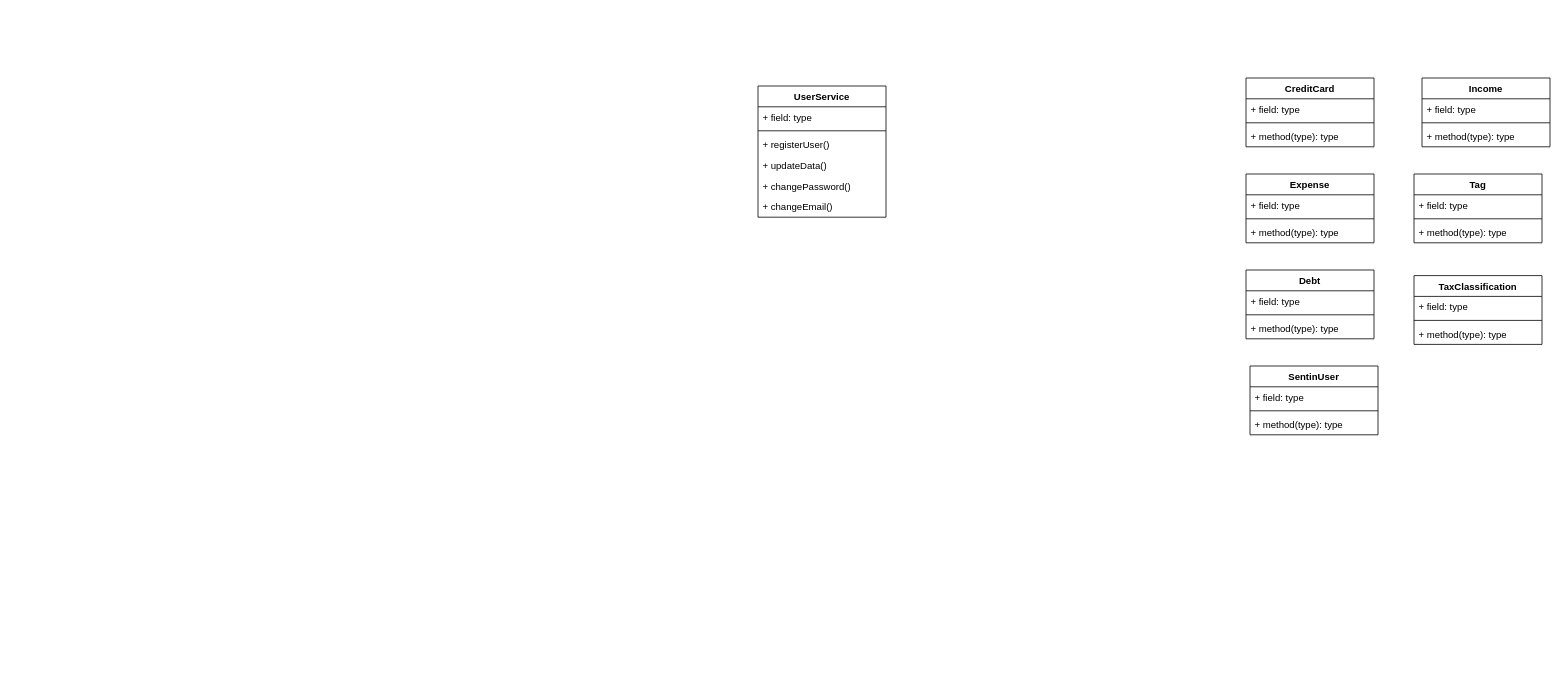
Patgo39/sentin keeps this draw.io diagram as page "Page-2" (2 of 2) of schemas/uml.drawio. Above is the earlier version. Source tidied: cells renumbered, new cells numbered last; positions are measured from the earlier drawing's top-left corner, leaving out a move shared by most shapes. Both pictures are drawn from the tidied source at 80%, with x=0, y=0 at pixel (758, 78).
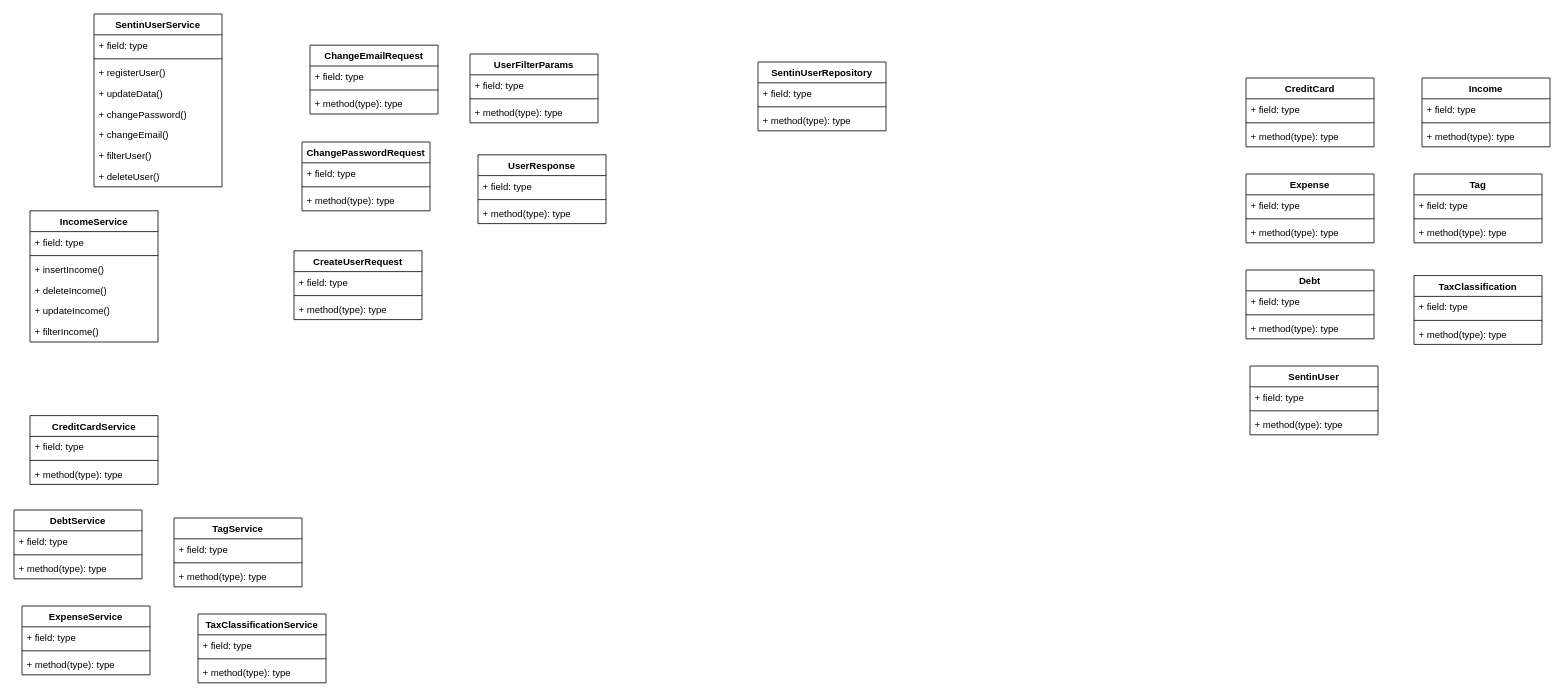
After the change.

Commit message (it also covers changes not shown here):
feat: UpdateUserProfile dto added and UserFilterParams added rfc as a possible filter parameter

The edit, as a diff of the source:
```diff
@@
-    <mxCell id="30" value="UserService" style="swimlane;fontStyle=1;align=center;verticalAlign=top;horizontal=1;startSize=26;whiteSpace=wrap;html=1;" parent="1" vertex="1">
-      <mxGeometry y="10" width="160" height="164" as="geometry" />
+    <mxCell id="30" value="SentinUserService" style="swimlane;fontStyle=1;align=center;verticalAlign=top;horizontal=1;startSize=26;whiteSpace=wrap;html=1;" parent="1" vertex="1">
+      <mxGeometry x="-830" y="-80" width="160" height="216" as="geometry" />
     </mxCell>
@@
+    <mxCell id="37" value="+ filterUser()" style="text;strokeColor=none;fillColor=none;align=left;verticalAlign=top;spacingLeft=4;spacingRight=4;overflow=hidden;whiteSpace=wrap;html=1;" parent="30" vertex="1">
+      <mxGeometry y="164" width="160" height="26" as="geometry" />
+    </mxCell>
+    <mxCell id="38" value="+ deleteUser()" style="text;strokeColor=none;fillColor=none;align=left;verticalAlign=top;spacingLeft=4;spacingRight=4;overflow=hidden;whiteSpace=wrap;html=1;" parent="30" vertex="1">
+      <mxGeometry y="190" width="160" height="26" as="geometry" />
+    </mxCell>
+    <mxCell id="39" value="ChangeEmailRequest" style="swimlane;fontStyle=1;align=center;verticalAlign=top;horizontal=1;startSize=26;whiteSpace=wrap;html=1;" parent="1" vertex="1">
+      <mxGeometry x="-560" y="-41" width="160" height="86" as="geometry" />
+    </mxCell>
+    <mxCell id="40" value="+ field: type" style="text;strokeColor=none;fillColor=none;align=left;verticalAlign=top;spacingLeft=4;spacingRight=4;overflow=hidden;whiteSpace=wrap;html=1;" parent="39" vertex="1">
+      <mxGeometry y="26" width="160" height="26" as="geometry" />
+    </mxCell>
+    <mxCell id="41" style="line;strokeWidth=1;fillColor=none;align=left;verticalAlign=middle;spacingTop=-1;spacingLeft=3;spacingRight=3;labelPosition=right;strokeColor=inherit;" parent="39" vertex="1">
+      <mxGeometry y="52" width="160" height="8" as="geometry" />
+    </mxCell>
+    <mxCell id="42" value="+ method(type): type" style="text;strokeColor=none;fillColor=none;align=left;verticalAlign=top;spacingLeft=4;spacingRight=4;overflow=hidden;whiteSpace=wrap;html=1;" parent="39" vertex="1">
+      <mxGeometry y="60" width="160" height="26" as="geometry" />
+    </mxCell>
+    <mxCell id="43" value="ChangePasswordRequest" style="swimlane;fontStyle=1;align=center;verticalAlign=top;horizontal=1;startSize=26;whiteSpace=wrap;html=1;" parent="1" vertex="1">
+      <mxGeometry x="-570" y="80" width="160" height="86" as="geometry" />
+    </mxCell>
+    <mxCell id="44" value="+ field: type" style="text;strokeColor=none;fillColor=none;align=left;verticalAlign=top;spacingLeft=4;spacingRight=4;overflow=hidden;whiteSpace=wrap;html=1;" parent="43" vertex="1">
+      <mxGeometry y="26" width="160" height="26" as="geometry" />
+    </mxCell>
+    <mxCell id="45" style="line;strokeWidth=1;fillColor=none;align=left;verticalAlign=middle;spacingTop=-1;spacingLeft=3;spacingRight=3;labelPosition=right;strokeColor=inherit;" parent="43" vertex="1">
+      <mxGeometry y="52" width="160" height="8" as="geometry" />
+    </mxCell>
+    <mxCell id="46" value="+ method(type): type" style="text;strokeColor=none;fillColor=none;align=left;verticalAlign=top;spacingLeft=4;spacingRight=4;overflow=hidden;whiteSpace=wrap;html=1;" parent="43" vertex="1">
+      <mxGeometry y="60" width="160" height="26" as="geometry" />
+    </mxCell>
+    <mxCell id="47" value="CreateUserRequest" style="swimlane;fontStyle=1;align=center;verticalAlign=top;horizontal=1;startSize=26;whiteSpace=wrap;html=1;" parent="1" vertex="1">
+      <mxGeometry x="-580" y="216" width="160" height="86" as="geometry" />
+    </mxCell>
+    <mxCell id="48" value="+ field: type" style="text;strokeColor=none;fillColor=none;align=left;verticalAlign=top;spacingLeft=4;spacingRight=4;overflow=hidden;whiteSpace=wrap;html=1;" parent="47" vertex="1">
+      <mxGeometry y="26" width="160" height="26" as="geometry" />
+    </mxCell>
+    <mxCell id="49" style="line;strokeWidth=1;fillColor=none;align=left;verticalAlign=middle;spacingTop=-1;spacingLeft=3;spacingRight=3;labelPosition=right;strokeColor=inherit;" parent="47" vertex="1">
+      <mxGeometry y="52" width="160" height="8" as="geometry" />
+    </mxCell>
+    <mxCell id="50" value="+ method(type): type" style="text;strokeColor=none;fillColor=none;align=left;verticalAlign=top;spacingLeft=4;spacingRight=4;overflow=hidden;whiteSpace=wrap;html=1;" parent="47" vertex="1">
+      <mxGeometry y="60" width="160" height="26" as="geometry" />
+    </mxCell>
+    <mxCell id="51" value="UserFilterParams" style="swimlane;fontStyle=1;align=center;verticalAlign=top;horizontal=1;startSize=26;whiteSpace=wrap;html=1;" parent="1" vertex="1">
+      <mxGeometry x="-360" y="-30" width="160" height="86" as="geometry" />
+    </mxCell>
+    <mxCell id="52" value="+ field: type" style="text;strokeColor=none;fillColor=none;align=left;verticalAlign=top;spacingLeft=4;spacingRight=4;overflow=hidden;whiteSpace=wrap;html=1;" parent="51" vertex="1">
+      <mxGeometry y="26" width="160" height="26" as="geometry" />
+    </mxCell>
+    <mxCell id="53" style="line;strokeWidth=1;fillColor=none;align=left;verticalAlign=middle;spacingTop=-1;spacingLeft=3;spacingRight=3;labelPosition=right;strokeColor=inherit;" parent="51" vertex="1">
+      <mxGeometry y="52" width="160" height="8" as="geometry" />
+    </mxCell>
+    <mxCell id="54" value="+ method(type): type" style="text;strokeColor=none;fillColor=none;align=left;verticalAlign=top;spacingLeft=4;spacingRight=4;overflow=hidden;whiteSpace=wrap;html=1;" parent="51" vertex="1">
+      <mxGeometry y="60" width="160" height="26" as="geometry" />
+    </mxCell>
+    <mxCell id="55" value="UserResponse" style="swimlane;fontStyle=1;align=center;verticalAlign=top;horizontal=1;startSize=26;whiteSpace=wrap;html=1;" parent="1" vertex="1">
+      <mxGeometry x="-350" y="96" width="160" height="86" as="geometry" />
+    </mxCell>
+    <mxCell id="56" value="+ field: type" style="text;strokeColor=none;fillColor=none;align=left;verticalAlign=top;spacingLeft=4;spacingRight=4;overflow=hidden;whiteSpace=wrap;html=1;" parent="55" vertex="1">
+      <mxGeometry y="26" width="160" height="26" as="geometry" />
+    </mxCell>
+    <mxCell id="57" style="line;strokeWidth=1;fillColor=none;align=left;verticalAlign=middle;spacingTop=-1;spacingLeft=3;spacingRight=3;labelPosition=right;strokeColor=inherit;" parent="55" vertex="1">
+      <mxGeometry y="52" width="160" height="8" as="geometry" />
+    </mxCell>
+    <mxCell id="58" value="+ method(type): type" style="text;strokeColor=none;fillColor=none;align=left;verticalAlign=top;spacingLeft=4;spacingRight=4;overflow=hidden;whiteSpace=wrap;html=1;" parent="55" vertex="1">
+      <mxGeometry y="60" width="160" height="26" as="geometry" />
+    </mxCell>
+    <mxCell id="59" value="IncomeService" style="swimlane;fontStyle=1;align=center;verticalAlign=top;horizontal=1;startSize=26;whiteSpace=wrap;html=1;" parent="1" vertex="1">
+      <mxGeometry x="-910" y="166" width="160" height="164" as="geometry" />
+    </mxCell>
+    <mxCell id="60" value="+ field: type" style="text;strokeColor=none;fillColor=none;align=left;verticalAlign=top;spacingLeft=4;spacingRight=4;overflow=hidden;whiteSpace=wrap;html=1;" parent="59" vertex="1">
+      <mxGeometry y="26" width="160" height="26" as="geometry" />
+    </mxCell>
+    <mxCell id="61" style="line;strokeWidth=1;fillColor=none;align=left;verticalAlign=middle;spacingTop=-1;spacingLeft=3;spacingRight=3;labelPosition=right;strokeColor=inherit;" parent="59" vertex="1">
+      <mxGeometry y="52" width="160" height="8" as="geometry" />
+    </mxCell>
+    <mxCell id="62" value="+ insertIncome()&lt;div&gt;&lt;br&gt;&lt;/div&gt;" style="text;strokeColor=none;fillColor=none;align=left;verticalAlign=top;spacingLeft=4;spacingRight=4;overflow=hidden;whiteSpace=wrap;html=1;" parent="59" vertex="1">
+      <mxGeometry y="60" width="160" height="26" as="geometry" />
+    </mxCell>
+    <mxCell id="63" value="+ deleteIncome()" style="text;strokeColor=none;fillColor=none;align=left;verticalAlign=top;spacingLeft=4;spacingRight=4;overflow=hidden;whiteSpace=wrap;html=1;" parent="59" vertex="1">
+      <mxGeometry y="86" width="160" height="26" as="geometry" />
+    </mxCell>
+    <mxCell id="64" value="+ updateIncome()" style="text;strokeColor=none;fillColor=none;align=left;verticalAlign=top;spacingLeft=4;spacingRight=4;overflow=hidden;whiteSpace=wrap;html=1;" parent="59" vertex="1">
+      <mxGeometry y="112" width="160" height="26" as="geometry" />
+    </mxCell>
+    <mxCell id="65" value="+ filterIncome()" style="text;strokeColor=none;fillColor=none;align=left;verticalAlign=top;spacingLeft=4;spacingRight=4;overflow=hidden;whiteSpace=wrap;html=1;" parent="59" vertex="1">
+      <mxGeometry y="138" width="160" height="26" as="geometry" />
+    </mxCell>
+    <mxCell id="66" value="CreditCardService" style="swimlane;fontStyle=1;align=center;verticalAlign=top;horizontal=1;startSize=26;whiteSpace=wrap;html=1;" parent="1" vertex="1">
+      <mxGeometry x="-910" y="422" width="160" height="86" as="geometry" />
+    </mxCell>
+    <mxCell id="67" value="+ field: type" style="text;strokeColor=none;fillColor=none;align=left;verticalAlign=top;spacingLeft=4;spacingRight=4;overflow=hidden;whiteSpace=wrap;html=1;" parent="66" vertex="1">
+      <mxGeometry y="26" width="160" height="26" as="geometry" />
+    </mxCell>
+    <mxCell id="68" style="line;strokeWidth=1;fillColor=none;align=left;verticalAlign=middle;spacingTop=-1;spacingLeft=3;spacingRight=3;labelPosition=right;strokeColor=inherit;" parent="66" vertex="1">
+      <mxGeometry y="52" width="160" height="8" as="geometry" />
+    </mxCell>
+    <mxCell id="69" value="+ method(type): type" style="text;strokeColor=none;fillColor=none;align=left;verticalAlign=top;spacingLeft=4;spacingRight=4;overflow=hidden;whiteSpace=wrap;html=1;" parent="66" vertex="1">
+      <mxGeometry y="60" width="160" height="26" as="geometry" />
+    </mxCell>
+    <mxCell id="70" value="DebtService" style="swimlane;fontStyle=1;align=center;verticalAlign=top;horizontal=1;startSize=26;whiteSpace=wrap;html=1;" parent="1" vertex="1">
+      <mxGeometry x="-930" y="540" width="160" height="86" as="geometry" />
+    </mxCell>
+    <mxCell id="71" value="+ field: type" style="text;strokeColor=none;fillColor=none;align=left;verticalAlign=top;spacingLeft=4;spacingRight=4;overflow=hidden;whiteSpace=wrap;html=1;" parent="70" vertex="1">
+      <mxGeometry y="26" width="160" height="26" as="geometry" />
+    </mxCell>
+    <mxCell id="72" style="line;strokeWidth=1;fillColor=none;align=left;verticalAlign=middle;spacingTop=-1;spacingLeft=3;spacingRight=3;labelPosition=right;strokeColor=inherit;" parent="70" vertex="1">
+      <mxGeometry y="52" width="160" height="8" as="geometry" />
+    </mxCell>
+    <mxCell id="73" value="+ method(type): type" style="text;strokeColor=none;fillColor=none;align=left;verticalAlign=top;spacingLeft=4;spacingRight=4;overflow=hidden;whiteSpace=wrap;html=1;" parent="70" vertex="1">
+      <mxGeometry y="60" width="160" height="26" as="geometry" />
+    </mxCell>
+    <mxCell id="74" value="ExpenseService" style="swimlane;fontStyle=1;align=center;verticalAlign=top;horizontal=1;startSize=26;whiteSpace=wrap;html=1;" parent="1" vertex="1">
+      <mxGeometry x="-920" y="660" width="160" height="86" as="geometry" />
+    </mxCell>
+    <mxCell id="75" value="+ field: type" style="text;strokeColor=none;fillColor=none;align=left;verticalAlign=top;spacingLeft=4;spacingRight=4;overflow=hidden;whiteSpace=wrap;html=1;" parent="74" vertex="1">
+      <mxGeometry y="26" width="160" height="26" as="geometry" />
+    </mxCell>
+    <mxCell id="76" style="line;strokeWidth=1;fillColor=none;align=left;verticalAlign=middle;spacingTop=-1;spacingLeft=3;spacingRight=3;labelPosition=right;strokeColor=inherit;" parent="74" vertex="1">
+      <mxGeometry y="52" width="160" height="8" as="geometry" />
+    </mxCell>
+    <mxCell id="77" value="+ method(type): type" style="text;strokeColor=none;fillColor=none;align=left;verticalAlign=top;spacingLeft=4;spacingRight=4;overflow=hidden;whiteSpace=wrap;html=1;" parent="74" vertex="1">
+      <mxGeometry y="60" width="160" height="26" as="geometry" />
+    </mxCell>
+    <mxCell id="78" value="TagService" style="swimlane;fontStyle=1;align=center;verticalAlign=top;horizontal=1;startSize=26;whiteSpace=wrap;html=1;" parent="1" vertex="1">
+      <mxGeometry x="-730" y="550" width="160" height="86" as="geometry" />
+    </mxCell>
+    <mxCell id="79" value="+ field: type" style="text;strokeColor=none;fillColor=none;align=left;verticalAlign=top;spacingLeft=4;spacingRight=4;overflow=hidden;whiteSpace=wrap;html=1;" parent="78" vertex="1">
+      <mxGeometry y="26" width="160" height="26" as="geometry" />
+    </mxCell>
+    <mxCell id="80" style="line;strokeWidth=1;fillColor=none;align=left;verticalAlign=middle;spacingTop=-1;spacingLeft=3;spacingRight=3;labelPosition=right;strokeColor=inherit;" parent="78" vertex="1">
+      <mxGeometry y="52" width="160" height="8" as="geometry" />
+    </mxCell>
+    <mxCell id="81" value="+ method(type): type" style="text;strokeColor=none;fillColor=none;align=left;verticalAlign=top;spacingLeft=4;spacingRight=4;overflow=hidden;whiteSpace=wrap;html=1;" parent="78" vertex="1">
+      <mxGeometry y="60" width="160" height="26" as="geometry" />
+    </mxCell>
+    <mxCell id="82" value="TaxClassificationService" style="swimlane;fontStyle=1;align=center;verticalAlign=top;horizontal=1;startSize=26;whiteSpace=wrap;html=1;" parent="1" vertex="1">
+      <mxGeometry x="-700" y="670" width="160" height="86" as="geometry" />
+    </mxCell>
+    <mxCell id="83" value="+ field: type" style="text;strokeColor=none;fillColor=none;align=left;verticalAlign=top;spacingLeft=4;spacingRight=4;overflow=hidden;whiteSpace=wrap;html=1;" parent="82" vertex="1">
+      <mxGeometry y="26" width="160" height="26" as="geometry" />
+    </mxCell>
+    <mxCell id="84" style="line;strokeWidth=1;fillColor=none;align=left;verticalAlign=middle;spacingTop=-1;spacingLeft=3;spacingRight=3;labelPosition=right;strokeColor=inherit;" parent="82" vertex="1">
+      <mxGeometry y="52" width="160" height="8" as="geometry" />
+    </mxCell>
+    <mxCell id="85" value="+ method(type): type" style="text;strokeColor=none;fillColor=none;align=left;verticalAlign=top;spacingLeft=4;spacingRight=4;overflow=hidden;whiteSpace=wrap;html=1;" parent="82" vertex="1">
+      <mxGeometry y="60" width="160" height="26" as="geometry" />
+    </mxCell>
+    <mxCell id="86" value="SentinUserRepository" style="swimlane;fontStyle=1;align=center;verticalAlign=top;horizontal=1;startSize=26;whiteSpace=wrap;html=1;" parent="1" vertex="1">
+      <mxGeometry y="-20" width="160" height="86" as="geometry" />
+    </mxCell>
+    <mxCell id="87" value="+ field: type" style="text;strokeColor=none;fillColor=none;align=left;verticalAlign=top;spacingLeft=4;spacingRight=4;overflow=hidden;whiteSpace=wrap;html=1;" parent="86" vertex="1">
+      <mxGeometry y="26" width="160" height="26" as="geometry" />
+    </mxCell>
+    <mxCell id="88" style="line;strokeWidth=1;fillColor=none;align=left;verticalAlign=middle;spacingTop=-1;spacingLeft=3;spacingRight=3;labelPosition=right;strokeColor=inherit;" parent="86" vertex="1">
+      <mxGeometry y="52" width="160" height="8" as="geometry" />
+    </mxCell>
+    <mxCell id="89" value="+ method(type): type" style="text;strokeColor=none;fillColor=none;align=left;verticalAlign=top;spacingLeft=4;spacingRight=4;overflow=hidden;whiteSpace=wrap;html=1;" parent="86" vertex="1">
+      <mxGeometry y="60" width="160" height="26" as="geometry" />
+    </mxCell>
```
